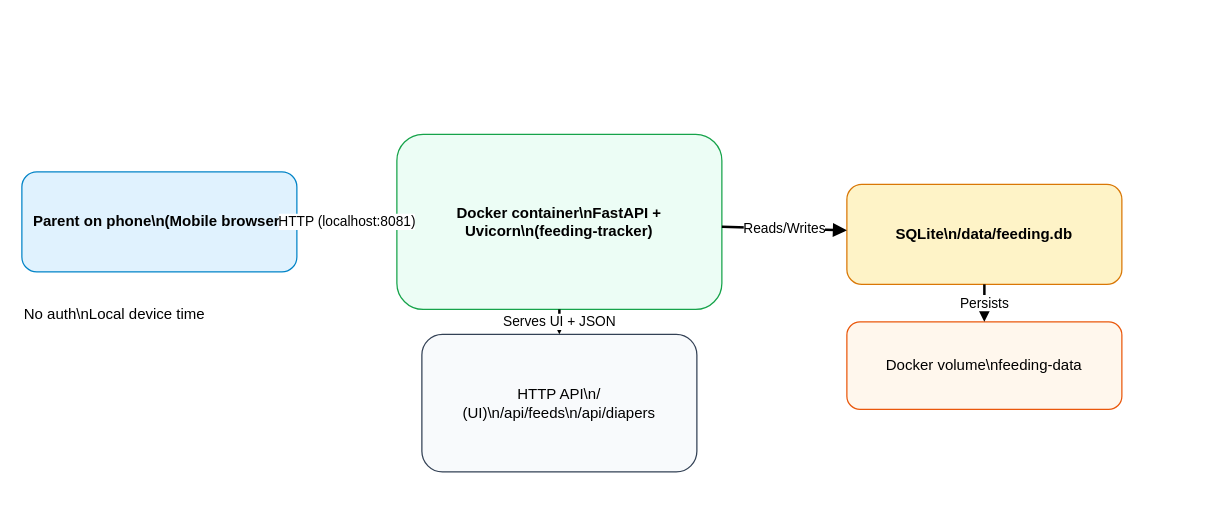
Earlier version of the draw.io diagram docs/diagrams/feeding-tracker-overview.drawio (adamdost-0/feeding-tracker). Source tidied: cells renumbered, new cells numbered last; positions are measured from the earlier drawing's top-left corner, leaving out a move shared by most shapes. Both pictures are drawn from the tidied source at 125%, with x=0, y=0 at pixel (21, 134).
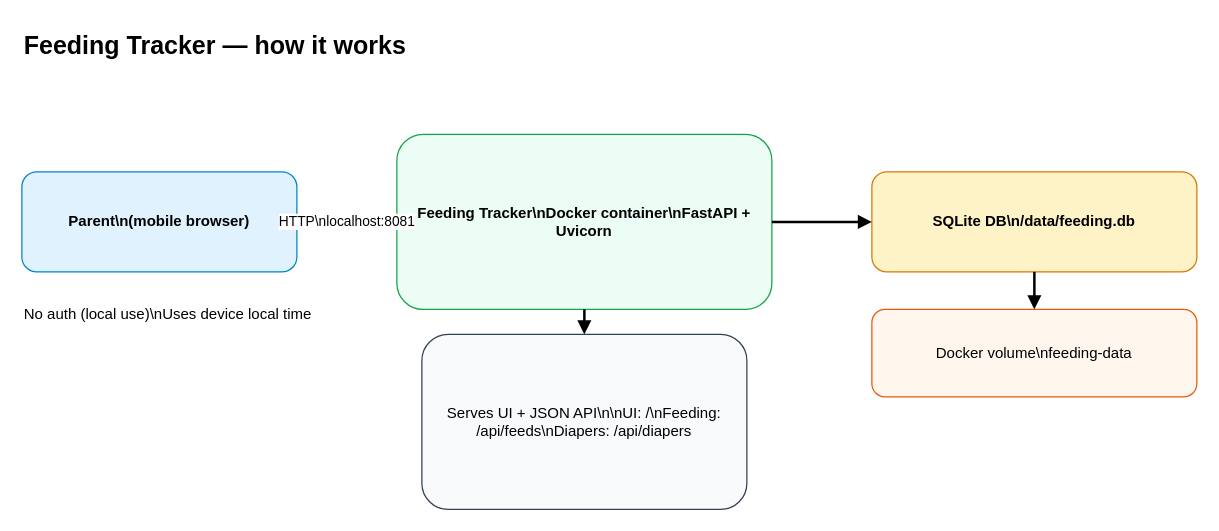
The same diagram, later.

Commit message (it also covers changes not shown here):
docs(diagrams): refresh feeding-tracker overview renders

What changed in the source:
```diff
@@
 <mxGraphModel>
   <root>
     <mxCell id="0" />
     <mxCell id="1" parent="0" />
+    <mxCell id="12" value="Feeding Tracker — how it works" style="text;html=1;strokeColor=none;fillColor=none;align=left;verticalAlign=top;fontSize=20;fontStyle=1;" parent="1" vertex="1">
+      <mxGeometry y="-90" width="600" height="30" as="geometry" />
+    </mxCell>
-    <mxCell id="2" value="Parent on phone\n(Mobile browser)" style="rounded=1;whiteSpace=wrap;html=1;fillColor=#E0F2FE;strokeColor=#0284C7;fontStyle=1;" parent="1" vertex="1">
+    <mxCell id="2" value="Parent\n(mobile browser)" style="rounded=1;whiteSpace=wrap;html=1;fillColor=#E0F2FE;strokeColor=#0284C7;fontStyle=1;" parent="1" vertex="1">
       <mxGeometry y="30" width="220" height="80" as="geometry" />
     </mxCell>
-    <mxCell id="3" value="Docker container\nFastAPI + Uvicorn\n(feeding-tracker)" style="rounded=1;whiteSpace=wrap;html=1;fillColor=#ECFDF5;strokeColor=#16A34A;fontStyle=1;" parent="1" vertex="1">
-      <mxGeometry x="300" width="260" height="140" as="geometry" />
+    <mxCell id="3" value="Feeding Tracker\nDocker container\nFastAPI + Uvicorn" style="rounded=1;whiteSpace=wrap;html=1;fillColor=#ECFDF5;strokeColor=#16A34A;fontStyle=1;" parent="1" vertex="1">
+      <mxGeometry x="300" width="300" height="140" as="geometry" />
     </mxCell>
-    <mxCell id="4" value="HTTP API\n/ (UI)\n/api/feeds\n/api/diapers" style="rounded=1;whiteSpace=wrap;html=1;fillColor=#F8FAFC;strokeColor=#334155;" parent="1" vertex="1">
-      <mxGeometry x="320" y="160" width="220" height="110" as="geometry" />
+    <mxCell id="4" value="Serves UI + JSON API\n\nUI: /\nFeeding: /api/feeds\nDiapers: /api/diapers" style="rounded=1;whiteSpace=wrap;html=1;fillColor=#F8FAFC;strokeColor=#334155;" parent="1" vertex="1">
+      <mxGeometry x="320" y="160" width="260" height="140" as="geometry" />
     </mxCell>
-    <mxCell id="5" value="SQLite\n/data/feeding.db" style="rounded=1;whiteSpace=wrap;html=1;fillColor=#FEF3C7;strokeColor=#D97706;fontStyle=1;" parent="1" vertex="1">
-      <mxGeometry x="660" y="40" width="220" height="80" as="geometry" />
+    <mxCell id="5" value="SQLite DB\n/data/feeding.db" style="rounded=1;whiteSpace=wrap;html=1;fillColor=#FEF3C7;strokeColor=#D97706;fontStyle=1;" parent="1" vertex="1">
+      <mxGeometry x="680" y="30" width="260" height="80" as="geometry" />
     </mxCell>
     <mxCell id="6" value="Docker volume\nfeeding-data" style="rounded=1;whiteSpace=wrap;html=1;fillColor=#FFF7ED;strokeColor=#EA580C;" parent="1" vertex="1">
-      <mxGeometry x="660" y="150" width="220" height="70" as="geometry" />
+      <mxGeometry x="680" y="140" width="260" height="70" as="geometry" />
     </mxCell>
+    <mxCell id="11" value="No auth (local use)\nUses device local time" style="text;html=1;strokeColor=none;fillColor=none;align=left;verticalAlign=top;fontSize=12;" parent="1" vertex="1">
+      <mxGeometry y="130" width="260" height="50" as="geometry" />
+    </mxCell>
-    <mxCell id="7" value="HTTP (localhost:8081)" style="endArrow=block;html=1;rounded=0;strokeWidth=2;" parent="1" edge="1" source="2" target="3">
+    <mxCell id="7" value="HTTP\nlocalhost:8081" style="endArrow=block;html=1;rounded=0;strokeWidth=2;" parent="1" edge="1" source="2" target="3">
       <mxGeometry relative="1" as="geometry" />
     </mxCell>
-    <mxCell id="8" value="Serves UI + JSON" style="endArrow=block;html=1;rounded=0;strokeWidth=2;" parent="1" edge="1" source="3" target="4">
+    <mxCell id="8" style="endArrow=block;html=1;rounded=0;strokeWidth=2;" parent="1" edge="1" source="3" target="4">
       <mxGeometry relative="1" as="geometry" />
     </mxCell>
-    <mxCell id="9" value="Reads/Writes" style="endArrow=block;html=1;rounded=0;strokeWidth=2;" parent="1" edge="1" source="3" target="5">
+    <mxCell id="9" style="endArrow=block;html=1;rounded=0;strokeWidth=2;" parent="1" edge="1" source="3" target="5">
       <mxGeometry relative="1" as="geometry" />
     </mxCell>
-    <mxCell id="10" value="Persists" style="endArrow=block;html=1;rounded=0;strokeWidth=2;" parent="1" edge="1" source="5" target="6">
+    <mxCell id="10" style="endArrow=block;html=1;rounded=0;strokeWidth=2;" parent="1" edge="1" source="5" target="6">
       <mxGeometry relative="1" as="geometry" />
     </mxCell>
-    <mxCell id="11" value="No auth\nLocal device time" style="text;html=1;strokeColor=none;fillColor=none;align=left;verticalAlign=top;fontSize=12;" parent="1" vertex="1">
-      <mxGeometry y="130" width="240" height="50" as="geometry" />
-    </mxCell>
   </root>
 </mxGraphModel>
```
